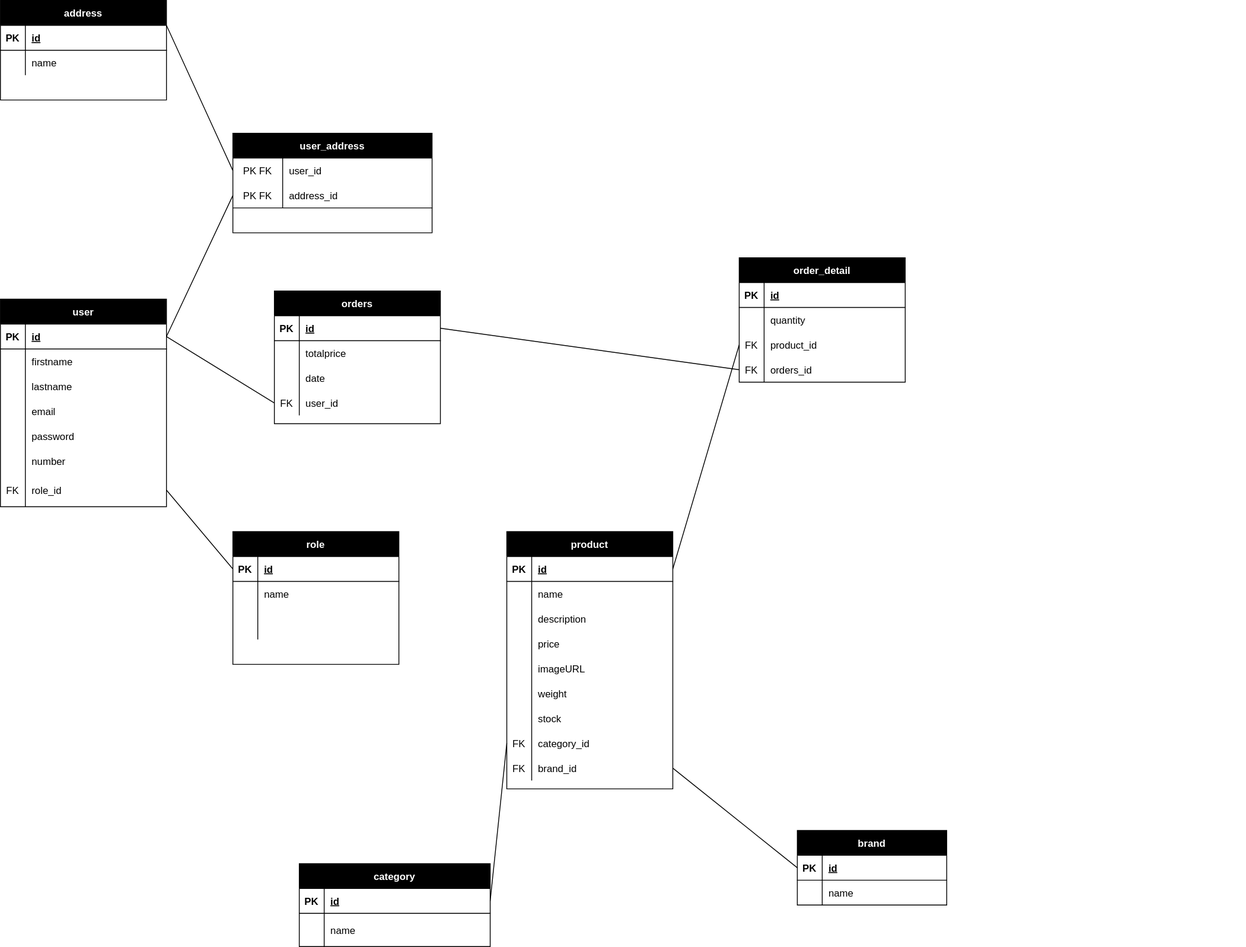
Earlier version of the draw.io export code/server/merise/MLD-komora.drawio.svg (TERENYANA/komora). Source tidied: cells renumbered, new cells last; positions are measured from the earlier drawing's top-left corner, leaving out a move shared by most shapes.
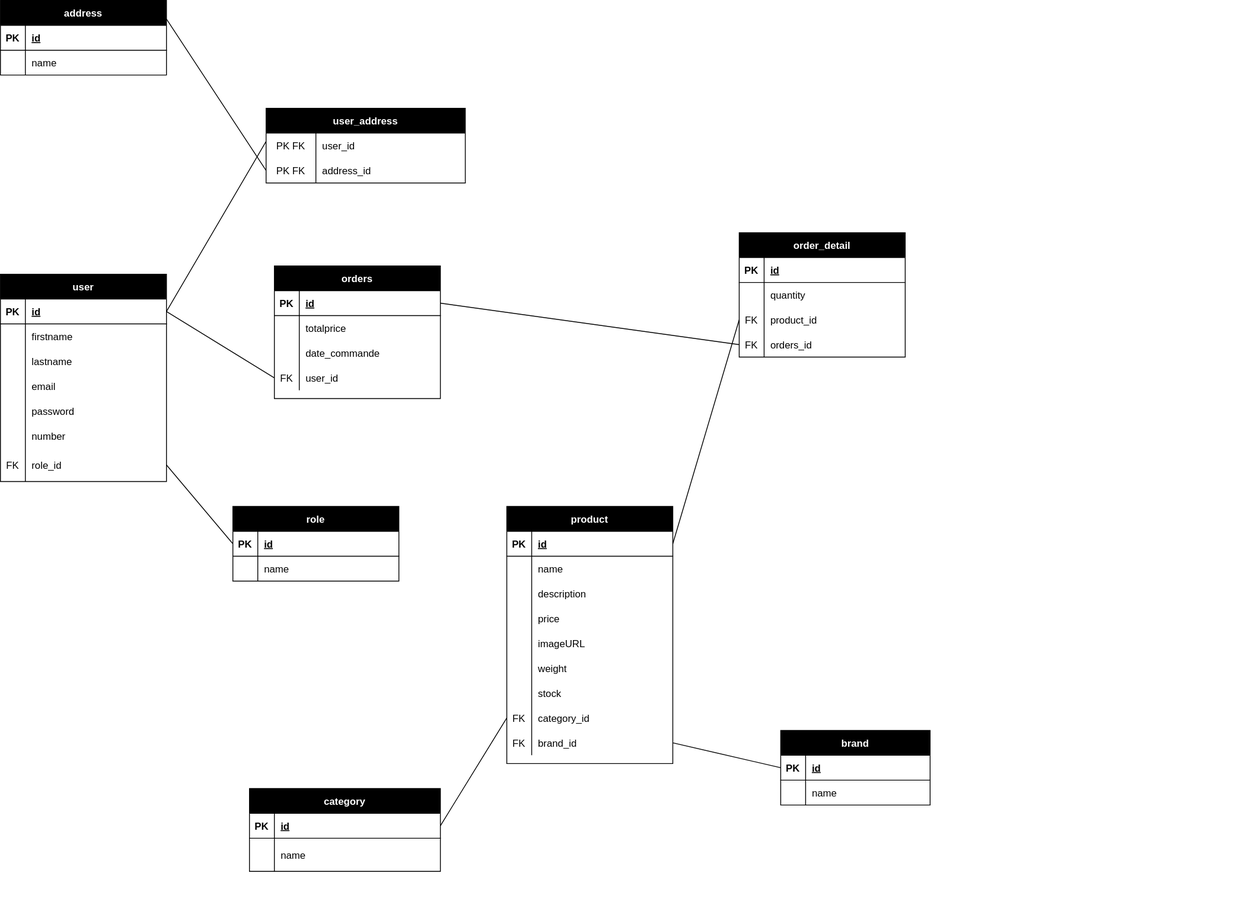
After the change.

What changed in the source:
```diff
@@ -69,7 +69,7 @@
       <mxGeometry x="30" width="170" height="40" as="geometry" />
     </mxCell>
     <mxCell id="24" value="role" style="shape=table;startSize=30;rowLines=0;fontStyle=1;align=center;fillColor=#000000;fontColor=#ffffff;strokeColor=#000000;" parent="1" vertex="1">
-      <mxGeometry x="280" y="640" width="200" height="160" as="geometry" />
+      <mxGeometry x="280" y="640" width="200" height="90" as="geometry" />
     </mxCell>
     <mxCell id="25" style="shape=tableRow;horizontal=0;startSize=0;swimlaneHead=0;swimlaneBody=0;fillColor=none;points=[[0,0.5],[1,0.5]];portConstraint=eastwest;top=0;left=0;right=0;bottom=1;" parent="24" vertex="1">
       <mxGeometry y="30" width="200" height="30" as="geometry" />
@@ -89,24 +89,6 @@
     <mxCell id="30" value="name" style="shape=partialRectangle;fillColor=none;top=0;left=0;bottom=0;right=0;align=left;spacingLeft=6;overflow=hidden;" parent="28" vertex="1">
       <mxGeometry x="30" width="170" height="30" as="geometry" />
     </mxCell>
-    <mxCell id="31" style="shape=tableRow;horizontal=0;startSize=0;swimlaneHead=0;swimlaneBody=0;fillColor=none;top=0;left=0;right=0;bottom=0;" parent="24" vertex="1">
-      <mxGeometry y="90" width="200" height="20" as="geometry" />
-    </mxCell>
-    <mxCell id="32" style="shape=partialRectangle;fillColor=none;top=0;left=0;bottom=0;right=0;overflow=hidden;" parent="31" vertex="1">
-      <mxGeometry width="30" height="20" as="geometry" />
-    </mxCell>
-    <mxCell id="33" style="shape=partialRectangle;fillColor=none;top=0;left=0;bottom=0;right=0;align=left;spacingLeft=6;overflow=hidden;" parent="31" vertex="1">
-      <mxGeometry x="30" width="170" height="20" as="geometry" />
-    </mxCell>
-    <mxCell id="34" style="shape=tableRow;horizontal=0;startSize=0;swimlaneHead=0;swimlaneBody=0;fillColor=none;top=0;left=0;right=0;bottom=0;" parent="24" vertex="1">
-      <mxGeometry y="110" width="200" height="20" as="geometry" />
-    </mxCell>
-    <mxCell id="35" style="shape=partialRectangle;fillColor=none;top=0;left=0;bottom=0;right=0;overflow=hidden;" parent="34" vertex="1">
-      <mxGeometry width="30" height="20" as="geometry" />
-    </mxCell>
-    <mxCell id="36" style="shape=partialRectangle;fillColor=none;top=0;left=0;bottom=0;right=0;align=left;spacingLeft=6;overflow=hidden;" parent="34" vertex="1">
-      <mxGeometry x="30" width="170" height="20" as="geometry" />
-    </mxCell>
     <mxCell id="37" value="product" style="shape=table;startSize=30;rowLines=0;fontStyle=1;align=center;fillColor=#000000;fontColor=#ffffff;strokeColor=#000000;" parent="1" vertex="1">
       <mxGeometry x="610" y="640" width="200" height="310" as="geometry" />
     </mxCell>
@@ -192,7 +174,7 @@
       <mxGeometry x="30" width="170" height="30" as="geometry" />
     </mxCell>
     <mxCell id="65" value="brand" style="shape=table;startSize=30;rowLines=0;fontStyle=1;align=center;fillColor=#000000;fontColor=#ffffff;strokeColor=#000000;" parent="1" vertex="1">
-      <mxGeometry x="960" y="1000" width="180" height="90" as="geometry" />
+      <mxGeometry x="940" y="910" width="180" height="90" as="geometry" />
     </mxCell>
     <mxCell id="66" style="shape=tableRow;horizontal=0;startSize=0;swimlaneHead=0;swimlaneBody=0;fillColor=none;points=[[0,0.5],[1,0.5]];portConstraint=eastwest;top=0;left=0;right=0;bottom=1;" parent="65" vertex="1">
       <mxGeometry y="30" width="180" height="30" as="geometry" />
@@ -213,7 +195,7 @@
       <mxGeometry x="30" width="150" height="30" as="geometry" />
     </mxCell>
     <mxCell id="72" value="address" style="shape=table;startSize=30;rowLines=0;fontStyle=1;align=center;fillColor=#000000;fontColor=#ffffff;strokeColor=#000000;" parent="1" vertex="1">
-      <mxGeometry width="200" height="120" as="geometry" />
+      <mxGeometry y="30" width="200" height="90" as="geometry" />
     </mxCell>
     <mxCell id="73" style="shape=tableRow;horizontal=0;startSize=0;swimlaneHead=0;swimlaneBody=0;fillColor=none;top=0;left=0;right=0;bottom=1;" parent="72" vertex="1">
       <mxGeometry y="30" width="200" height="30" as="geometry" />
@@ -260,7 +242,7 @@
     <mxCell id="87" style="shape=partialRectangle;fillColor=none;top=0;left=0;bottom=0;right=0;overflow=hidden;" parent="86" vertex="1">
       <mxGeometry width="30" height="30" as="geometry" />
     </mxCell>
-    <mxCell id="88" value="date" style="shape=partialRectangle;fillColor=none;top=0;left=0;bottom=0;right=0;align=left;spacingLeft=6;overflow=hidden;" parent="86" vertex="1">
+    <mxCell id="88" value="date_commande" style="shape=partialRectangle;fillColor=none;top=0;left=0;bottom=0;right=0;align=left;spacingLeft=6;overflow=hidden;" parent="86" vertex="1">
       <mxGeometry x="30" width="170" height="30" as="geometry" />
     </mxCell>
     <mxCell id="89" style="shape=tableRow;horizontal=0;startSize=0;swimlaneHead=0;swimlaneBody=0;fillColor=none;points=[[0,0.5],[1,0.5]];portConstraint=eastwest;top=0;left=0;right=0;bottom=0;" parent="79" vertex="1">
@@ -273,7 +255,7 @@
       <mxGeometry x="30" width="170" height="30" as="geometry" />
     </mxCell>
     <mxCell id="92" value="user_address" style="shape=table;startSize=30;rowLines=0;fontStyle=1;align=center;fillColor=#000000;fontColor=#ffffff;strokeColor=#000000;" parent="1" vertex="1">
-      <mxGeometry x="280" y="160" width="240" height="120" as="geometry" />
+      <mxGeometry x="320" y="160" width="240" height="90" as="geometry" />
     </mxCell>
     <mxCell id="93" style="shape=tableRow;horizontal=0;startSize=0;swimlaneHead=0;swimlaneBody=0;fillColor=none;points=[[0,0.5],[1,0.5]];portConstraint=eastwest;top=0;left=0;right=0;bottom=0;" parent="92" vertex="1">
       <mxGeometry y="30" width="240" height="30" as="geometry" />
@@ -293,17 +275,19 @@
     <mxCell id="98" value="address_id" style="shape=partialRectangle;fillColor=none;top=0;left=0;bottom=0;right=0;align=left;spacingLeft=6;fontStyle=0;overflow=hidden;" parent="96" vertex="1">
       <mxGeometry x="60" width="180" height="30" as="geometry" />
     </mxCell>
-    <mxCell id="99" style="endArrow=none;html=1;rounded=0;entryX=0;entryY=0.5;entryDx=0;entryDy=0;exitX=1;exitY=0.5;exitDx=0;exitDy=0;" parent="1" edge="1" source="3" target="96">
-      <mxGeometry relative="1" as="geometry" />
+    <mxCell id="99" style="endArrow=none;html=1;rounded=0;exitX=1;exitY=0.5;exitDx=0;exitDy=0;" parent="1" edge="1" source="3">
+      <mxGeometry relative="1" as="geometry">
+        <mxPoint x="320" y="200" as="targetPoint" />
+      </mxGeometry>
     </mxCell>
-    <mxCell id="100" style="endArrow=none;html=1;rounded=0;exitX=1;exitY=0.25;exitDx=0;exitDy=0;entryX=0;entryY=0.5;entryDx=0;entryDy=0;" parent="1" edge="1" source="72" target="93">
+    <mxCell id="100" style="endArrow=none;html=1;rounded=0;exitX=1;exitY=0.25;exitDx=0;exitDy=0;entryX=0;entryY=0.5;entryDx=0;entryDy=0;" parent="1" edge="1" source="72" target="96">
       <mxGeometry relative="1" as="geometry" />
     </mxCell>
     <mxCell id="101" style="endArrow=none;html=1;rounded=0;exitX=1;exitY=0.5;exitDx=0;exitDy=0;entryX=0;entryY=0.5;entryDx=0;entryDy=0;" parent="1" edge="1" source="21" target="25">
       <mxGeometry relative="1" as="geometry" />
     </mxCell>
     <mxCell id="102" value="category" style="shape=table;startSize=30;rowLines=0;fontStyle=1;align=center;fillColor=#000000;fontColor=#ffffff;strokeColor=#000000;" parent="1" vertex="1">
-      <mxGeometry x="360" y="1040" width="230" height="100" as="geometry" />
+      <mxGeometry x="300" y="980" width="230" height="100" as="geometry" />
     </mxCell>
     <mxCell id="103" style="shape=tableRow;horizontal=0;startSize=0;swimlaneHead=0;swimlaneBody=0;fillColor=none;points=[[0,0.5],[1,0.5]];portConstraint=eastwest;top=0;left=0;right=0;bottom=1;" parent="102" vertex="1">
       <mxGeometry y="30" width="230" height="30" as="geometry" />
```
